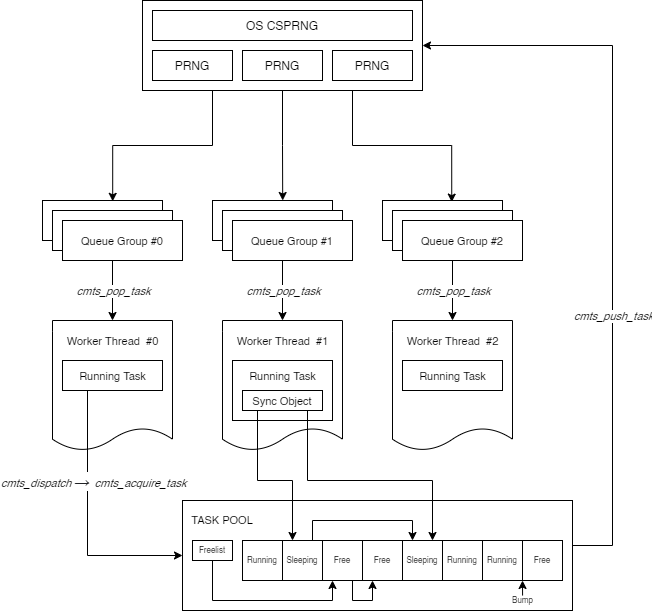
Before: docs/images/CMTS.png, a diagram exported from draw.io (MarcelPiNacy/cmts). Source tidied: cells renumbered, new cells last; positions are measured from the earlier drawing's top-left corner, leaving out a move shared by most shapes. The source it was exported from:
```xml
<mxGraphModel>
  <root>
    <mxCell id="0" />
    <mxCell id="1" parent="0" />
    <mxCell id="2" style="edgeStyle=orthogonalEdgeStyle;rounded=0;jettySize=auto;html=1;exitX=0.25;exitY=1;exitDx=0;exitDy=0;entryX=0.585;entryY=0.021;entryDx=0;entryDy=0;entryPerimeter=0;" parent="1" edge="1" source="5" target="9">
      <mxGeometry relative="1" as="geometry" />
    </mxCell>
    <mxCell id="3" style="edgeStyle=orthogonalEdgeStyle;rounded=0;jettySize=auto;html=1;exitX=0.5;exitY=1;exitDx=0;exitDy=0;entryX=0.585;entryY=0;entryDx=0;entryDy=0;entryPerimeter=0;" parent="1" edge="1" source="5" target="19">
      <mxGeometry relative="1" as="geometry" />
    </mxCell>
    <mxCell id="4" style="edgeStyle=orthogonalEdgeStyle;rounded=0;jettySize=auto;html=1;exitX=0.75;exitY=1;exitDx=0;exitDy=0;entryX=0.577;entryY=0.04;entryDx=0;entryDy=0;entryPerimeter=0;" parent="1" edge="1" source="5" target="27">
      <mxGeometry relative="1" as="geometry" />
    </mxCell>
    <mxCell id="5" style="rounded=0;whiteSpace=wrap;html=1;" parent="1" vertex="1">
      <mxGeometry x="100" width="280" height="90" as="geometry" />
    </mxCell>
    <mxCell id="6" style="edgeStyle=orthogonalEdgeStyle;rounded=0;jettySize=auto;html=1;exitX=1;exitY=0.5;exitDx=0;exitDy=0;entryX=1;entryY=0.5;entryDx=0;entryDy=0;" parent="1" edge="1" source="8" target="5">
      <mxGeometry relative="1" as="geometry">
        <Array as="points">
          <mxPoint x="480" y="545" />
          <mxPoint x="570" y="545" />
          <mxPoint x="570" y="45" />
        </Array>
      </mxGeometry>
    </mxCell>
    <mxCell id="7" value="&lt;i&gt;cmts_push_task&lt;/i&gt;" style="edgeLabel;html=1;align=center;verticalAlign=middle;" parent="6" vertex="1">
      <mxGeometry x="-0.1" relative="1" as="geometry">
        <mxPoint y="-2" as="offset" />
      </mxGeometry>
    </mxCell>
    <mxCell id="8" style="rounded=0;whiteSpace=wrap;html=1;fontSize=8;" parent="1" vertex="1">
      <mxGeometry x="140" y="500" width="390" height="110" as="geometry" />
    </mxCell>
    <mxCell id="9" value="&lt;font&gt;&lt;span style=&quot;font-size: 11px&quot;&gt;QUEUE GROUP #0&lt;/span&gt;&lt;br&gt;&lt;/font&gt;" style="rounded=0;whiteSpace=wrap;html=1;" parent="1" vertex="1">
      <mxGeometry y="200" width="120" height="40" as="geometry" />
    </mxCell>
    <mxCell id="10" value="&lt;font&gt;&lt;span style=&quot;font-size: 11px&quot;&gt;QUEUE GROUP #0&lt;/span&gt;&lt;br&gt;&lt;/font&gt;" style="rounded=0;whiteSpace=wrap;html=1;" parent="1" vertex="1">
      <mxGeometry x="10" y="210" width="120" height="40" as="geometry" />
    </mxCell>
    <mxCell id="11" style="shape=document;whiteSpace=wrap;html=1;boundedLbl=1;size=0.17391304347826086;" parent="1" vertex="1">
      <mxGeometry x="10" y="320" width="120" height="130" as="geometry" />
    </mxCell>
    <mxCell id="12" style="edgeStyle=orthogonalEdgeStyle;rounded=0;jettySize=auto;html=1;exitX=0.5;exitY=1;exitDx=0;exitDy=0;entryX=0.5;entryY=0;entryDx=0;entryDy=0;" parent="1" edge="1" source="14" target="11">
      <mxGeometry relative="1" as="geometry">
        <Array as="points">
          <mxPoint x="70" y="260" />
        </Array>
      </mxGeometry>
    </mxCell>
    <mxCell id="13" value="&lt;i&gt;cmts_pop_task&lt;/i&gt;" style="edgeLabel;html=1;align=center;verticalAlign=middle;" parent="12" vertex="1">
      <mxGeometry x="-0.3" relative="1" as="geometry">
        <mxPoint y="15" as="offset" />
      </mxGeometry>
    </mxCell>
    <mxCell id="14" value="&lt;font&gt;&lt;span style=&quot;font-size: 11px&quot;&gt;Queue Group #0&lt;/span&gt;&lt;br&gt;&lt;/font&gt;" style="rounded=0;whiteSpace=wrap;html=1;" parent="1" vertex="1">
      <mxGeometry x="20" y="220" width="120" height="40" as="geometry" />
    </mxCell>
    <mxCell id="15" value="&lt;span style=&quot;font-size: 11px&quot;&gt;Worker Thread&amp;nbsp; #0&lt;/span&gt;" style="text;html=1;align=center;verticalAlign=middle;strokeColor=none;" parent="1" vertex="1">
      <mxGeometry x="15" y="330" width="110" height="20" as="geometry" />
    </mxCell>
    <mxCell id="16" style="edgeStyle=orthogonalEdgeStyle;rounded=0;jettySize=auto;html=1;exitX=0.25;exitY=1;exitDx=0;exitDy=0;entryX=0;entryY=0.5;entryDx=0;entryDy=0;fontSize=11;" parent="1" edge="1" source="18" target="8">
      <mxGeometry relative="1" as="geometry" />
    </mxCell>
    <mxCell id="17" value="&lt;i&gt;cmts_dispatch&amp;nbsp;&lt;/i&gt;&lt;span style=&quot;color: rgb(32 , 33 , 36) ; font-family: &amp;#34;arial&amp;#34; , sans-serif ; font-size: 16px ; text-align: left&quot;&gt;→&amp;nbsp;&lt;/span&gt;&lt;i&gt;cmts_acquire_task&lt;br&gt;&lt;/i&gt;" style="edgeLabel;html=1;align=center;verticalAlign=middle;fontSize=11;" parent="16" vertex="1">
      <mxGeometry x="-0.43" y="2" relative="1" as="geometry">
        <mxPoint x="3" y="16" as="offset" />
      </mxGeometry>
    </mxCell>
    <mxCell id="18" style="rounded=0;whiteSpace=wrap;html=1;" parent="1" vertex="1">
      <mxGeometry x="20" y="360" width="100" height="30" as="geometry" />
    </mxCell>
    <mxCell id="19" value="&lt;font&gt;&lt;span style=&quot;font-size: 11px&quot;&gt;QUEUE GROUP #0&lt;/span&gt;&lt;br&gt;&lt;/font&gt;" style="rounded=0;whiteSpace=wrap;html=1;" parent="1" vertex="1">
      <mxGeometry x="170" y="200" width="120" height="40" as="geometry" />
    </mxCell>
    <mxCell id="20" value="&lt;font&gt;&lt;span style=&quot;font-size: 11px&quot;&gt;QUEUE GROUP #0&lt;/span&gt;&lt;br&gt;&lt;/font&gt;" style="rounded=0;whiteSpace=wrap;html=1;" parent="1" vertex="1">
      <mxGeometry x="180" y="210" width="120" height="40" as="geometry" />
    </mxCell>
    <mxCell id="21" style="shape=document;whiteSpace=wrap;html=1;boundedLbl=1;size=0.17391304347826086;" parent="1" vertex="1">
      <mxGeometry x="180" y="320" width="120" height="130" as="geometry" />
    </mxCell>
    <mxCell id="22" style="edgeStyle=orthogonalEdgeStyle;rounded=0;jettySize=auto;html=1;exitX=0.5;exitY=1;exitDx=0;exitDy=0;entryX=0.5;entryY=0;entryDx=0;entryDy=0;" parent="1" edge="1" source="24" target="21">
      <mxGeometry relative="1" as="geometry">
        <Array as="points">
          <mxPoint x="240" y="260" />
        </Array>
      </mxGeometry>
    </mxCell>
    <mxCell id="23" value="&lt;i&gt;cmts_pop_task&lt;/i&gt;" style="edgeLabel;html=1;align=center;verticalAlign=middle;" parent="22" vertex="1">
      <mxGeometry x="-0.3" relative="1" as="geometry">
        <mxPoint y="15" as="offset" />
      </mxGeometry>
    </mxCell>
    <mxCell id="24" value="&lt;font&gt;&lt;span style=&quot;font-size: 11px&quot;&gt;Queue Group #1&lt;/span&gt;&lt;br&gt;&lt;/font&gt;" style="rounded=0;whiteSpace=wrap;html=1;" parent="1" vertex="1">
      <mxGeometry x="190" y="220" width="120" height="40" as="geometry" />
    </mxCell>
    <mxCell id="25" value="&lt;span style=&quot;font-size: 11px&quot;&gt;Worker Thread&amp;nbsp; #1&lt;/span&gt;" style="text;html=1;align=center;verticalAlign=middle;strokeColor=none;" parent="1" vertex="1">
      <mxGeometry x="185" y="330" width="110" height="20" as="geometry" />
    </mxCell>
    <mxCell id="26" style="rounded=0;whiteSpace=wrap;html=1;" parent="1" vertex="1">
      <mxGeometry x="190" y="360" width="100" height="60" as="geometry" />
    </mxCell>
    <mxCell id="27" value="&lt;font&gt;&lt;span style=&quot;font-size: 11px&quot;&gt;QUEUE GROUP #0&lt;/span&gt;&lt;br&gt;&lt;/font&gt;" style="rounded=0;whiteSpace=wrap;html=1;" parent="1" vertex="1">
      <mxGeometry x="340" y="200" width="120" height="40" as="geometry" />
    </mxCell>
    <mxCell id="28" value="&lt;font&gt;&lt;span style=&quot;font-size: 11px&quot;&gt;QUEUE GROUP #0&lt;/span&gt;&lt;br&gt;&lt;/font&gt;" style="rounded=0;whiteSpace=wrap;html=1;" parent="1" vertex="1">
      <mxGeometry x="350" y="210" width="120" height="40" as="geometry" />
    </mxCell>
    <mxCell id="29" style="shape=document;whiteSpace=wrap;html=1;boundedLbl=1;size=0.17391304347826086;" parent="1" vertex="1">
      <mxGeometry x="350" y="320" width="120" height="130" as="geometry" />
    </mxCell>
    <mxCell id="30" style="edgeStyle=orthogonalEdgeStyle;rounded=0;jettySize=auto;html=1;exitX=0.5;exitY=1;exitDx=0;exitDy=0;entryX=0.5;entryY=0;entryDx=0;entryDy=0;" parent="1" edge="1" source="32" target="29">
      <mxGeometry relative="1" as="geometry">
        <Array as="points">
          <mxPoint x="410" y="260" />
        </Array>
      </mxGeometry>
    </mxCell>
    <mxCell id="31" value="&lt;i&gt;cmts_pop_task&lt;/i&gt;" style="edgeLabel;html=1;align=center;verticalAlign=middle;" parent="30" vertex="1">
      <mxGeometry x="-0.3" relative="1" as="geometry">
        <mxPoint y="15" as="offset" />
      </mxGeometry>
    </mxCell>
    <mxCell id="32" value="&lt;font&gt;&lt;span style=&quot;font-size: 11px&quot;&gt;Queue Group #2&lt;/span&gt;&lt;br&gt;&lt;/font&gt;" style="rounded=0;whiteSpace=wrap;html=1;" parent="1" vertex="1">
      <mxGeometry x="360" y="220" width="120" height="40" as="geometry" />
    </mxCell>
    <mxCell id="33" value="&lt;span style=&quot;font-size: 11px&quot;&gt;Worker Thread&amp;nbsp; #2&lt;/span&gt;" style="text;html=1;align=center;verticalAlign=middle;strokeColor=none;" parent="1" vertex="1">
      <mxGeometry x="355" y="330" width="110" height="20" as="geometry" />
    </mxCell>
    <mxCell id="34" style="rounded=0;whiteSpace=wrap;html=1;" parent="1" vertex="1">
      <mxGeometry x="360" y="360" width="100" height="30" as="geometry" />
    </mxCell>
    <mxCell id="35" value="Running" style="rounded=0;whiteSpace=wrap;html=1;fontSize=8;" parent="1" vertex="1">
      <mxGeometry x="200" y="540" width="40" height="40" as="geometry" />
    </mxCell>
    <mxCell id="36" style="edgeStyle=orthogonalEdgeStyle;rounded=0;jettySize=auto;html=1;exitX=0.75;exitY=0;exitDx=0;exitDy=0;entryX=0.25;entryY=0;entryDx=0;entryDy=0;" parent="1" edge="1" source="37" target="40">
      <mxGeometry relative="1" as="geometry" />
    </mxCell>
    <mxCell id="37" value="Sleeping" style="rounded=0;whiteSpace=wrap;html=1;fontSize=8;" parent="1" vertex="1">
      <mxGeometry x="240" y="540" width="40" height="40" as="geometry" />
    </mxCell>
    <mxCell id="38" value="Free" style="rounded=0;whiteSpace=wrap;html=1;fontSize=8;" parent="1" vertex="1">
      <mxGeometry x="280" y="540" width="40" height="40" as="geometry" />
    </mxCell>
    <mxCell id="39" value="Free" style="rounded=0;whiteSpace=wrap;html=1;fontSize=8;" parent="1" vertex="1">
      <mxGeometry x="320" y="540" width="40" height="40" as="geometry" />
    </mxCell>
    <mxCell id="40" value="&lt;span style=&quot;font-size: 8px&quot;&gt;Sleeping&lt;/span&gt;" style="rounded=0;whiteSpace=wrap;html=1;fontSize=8;" parent="1" vertex="1">
      <mxGeometry x="360" y="540" width="40" height="40" as="geometry" />
    </mxCell>
    <mxCell id="41" value="Running" style="rounded=0;whiteSpace=wrap;html=1;fontSize=8;" parent="1" vertex="1">
      <mxGeometry x="400" y="540" width="40" height="40" as="geometry" />
    </mxCell>
    <mxCell id="42" value="Running" style="rounded=0;whiteSpace=wrap;html=1;fontSize=8;" parent="1" vertex="1">
      <mxGeometry x="440" y="540" width="40" height="40" as="geometry" />
    </mxCell>
    <mxCell id="43" value="Free" style="rounded=0;whiteSpace=wrap;html=1;fontSize=8;" parent="1" vertex="1">
      <mxGeometry x="480" y="540" width="40" height="40" as="geometry" />
    </mxCell>
    <mxCell id="44" style="edgeStyle=orthogonalEdgeStyle;rounded=0;orthogonalLoop=1;jettySize=auto;html=1;exitX=0.75;exitY=1;exitDx=0;exitDy=0;entryX=0.25;entryY=1;entryDx=0;entryDy=0;" parent="1" edge="1">
      <mxGeometry relative="1" as="geometry">
        <mxPoint x="310" y="580" as="sourcePoint" />
        <mxPoint x="330" y="580" as="targetPoint" />
        <Array as="points">
          <mxPoint x="310" y="600" />
          <mxPoint x="330" y="600" />
        </Array>
      </mxGeometry>
    </mxCell>
    <mxCell id="45" style="edgeStyle=orthogonalEdgeStyle;rounded=0;jettySize=auto;html=1;exitX=0.5;exitY=1;exitDx=0;exitDy=0;entryX=0.25;entryY=1;entryDx=0;entryDy=0;" parent="1" edge="1" source="46" target="38">
      <mxGeometry relative="1" as="geometry" />
    </mxCell>
    <mxCell id="46" value="Freelist" style="rounded=0;whiteSpace=wrap;html=1;fontSize=8;" parent="1" vertex="1">
      <mxGeometry x="150" y="540" width="40" height="20" as="geometry" />
    </mxCell>
    <mxCell id="47" style="endArrow=classic;html=1;fontSize=8;entryX=1;entryY=1;entryDx=0;entryDy=0;exitX=0.872;exitY=0.864;exitDx=0;exitDy=0;exitPerimeter=0;" parent="1" edge="1" source="8" target="42">
      <mxGeometry relative="1" as="geometry" />
    </mxCell>
    <mxCell id="48" value="Bump" style="text;html=1;align=center;verticalAlign=middle;strokeColor=none;fontSize=8;" parent="1" vertex="1">
      <mxGeometry x="460" y="590" width="40" height="20" as="geometry" />
    </mxCell>
    <mxCell id="49" value="TASK POOL" style="text;html=1;strokeColor=none;fillColor=none;align=center;verticalAlign=middle;whiteSpace=wrap;rounded=0;fontSize=11;" parent="1" vertex="1">
      <mxGeometry x="140" y="510" width="80" height="20" as="geometry" />
    </mxCell>
    <mxCell id="50" value="OS CSPRNG" style="rounded=0;whiteSpace=wrap;html=1;" parent="1" vertex="1">
      <mxGeometry x="110" y="10" width="260" height="30" as="geometry" />
    </mxCell>
    <mxCell id="51" value="PRNG" style="rounded=0;whiteSpace=wrap;html=1;" parent="1" vertex="1">
      <mxGeometry x="200" y="50" width="80" height="30" as="geometry" />
    </mxCell>
    <mxCell id="52" value="PRNG" style="rounded=0;whiteSpace=wrap;html=1;" parent="1" vertex="1">
      <mxGeometry x="110" y="50" width="80" height="30" as="geometry" />
    </mxCell>
    <mxCell id="53" value="PRNG" style="rounded=0;whiteSpace=wrap;html=1;" parent="1" vertex="1">
      <mxGeometry x="290" y="50" width="80" height="30" as="geometry" />
    </mxCell>
    <mxCell id="54" style="edgeStyle=orthogonalEdgeStyle;rounded=0;jettySize=auto;html=1;exitX=0.25;exitY=1;exitDx=0;exitDy=0;entryX=0.25;entryY=0;entryDx=0;entryDy=0;" parent="1" edge="1" source="56" target="37">
      <mxGeometry relative="1" as="geometry">
        <Array as="points">
          <mxPoint x="215" y="480" />
          <mxPoint x="250" y="480" />
        </Array>
      </mxGeometry>
    </mxCell>
    <mxCell id="55" style="edgeStyle=orthogonalEdgeStyle;rounded=0;jettySize=auto;html=1;exitX=0.75;exitY=1;exitDx=0;exitDy=0;entryX=0.75;entryY=0;entryDx=0;entryDy=0;" parent="1" edge="1" source="56" target="40">
      <mxGeometry relative="1" as="geometry">
        <Array as="points">
          <mxPoint x="265" y="480" />
          <mxPoint x="390" y="480" />
        </Array>
      </mxGeometry>
    </mxCell>
    <mxCell id="56" value="&lt;font style=&quot;font-size: 11px&quot;&gt;Sync Object&lt;/font&gt;" style="rounded=0;whiteSpace=wrap;html=1;" parent="1" vertex="1">
      <mxGeometry x="200" y="390" width="80" height="20" as="geometry" />
    </mxCell>
    <mxCell id="57" value="&lt;span style=&quot;font-size: 11px&quot;&gt;Running Task&lt;/span&gt;" style="text;html=1;align=center;verticalAlign=middle;strokeColor=none;" parent="1" vertex="1">
      <mxGeometry x="200" y="365" width="80" height="20" as="geometry" />
    </mxCell>
    <mxCell id="58" value="&lt;span style=&quot;font-size: 11px&quot;&gt;Running Task&lt;/span&gt;" style="text;html=1;align=center;verticalAlign=middle;strokeColor=none;" parent="1" vertex="1">
      <mxGeometry x="30" y="365" width="80" height="20" as="geometry" />
    </mxCell>
    <mxCell id="59" value="&lt;span style=&quot;font-size: 11px&quot;&gt;Running Task&lt;/span&gt;" style="text;html=1;align=center;verticalAlign=middle;strokeColor=none;" parent="1" vertex="1">
      <mxGeometry x="370" y="365" width="80" height="20" as="geometry" />
    </mxCell>
  </root>
</mxGraphModel>
```
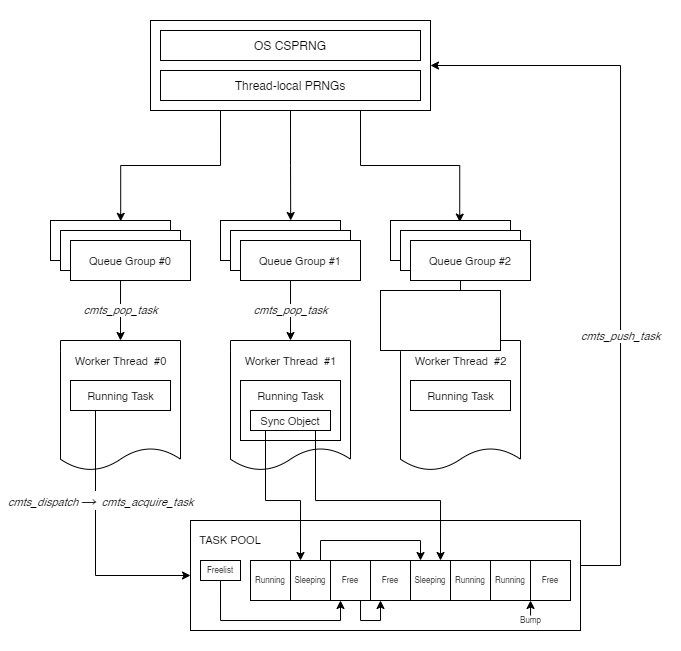
Later version of the same file.

Diff of the diagram source:
```diff
@@ -2,6 +2,9 @@
   <root>
     <mxCell id="0" />
     <mxCell id="1" parent="0" />
+    <mxCell id="60" style="rounded=0;whiteSpace=wrap;html=1;strokeColor=none;" parent="1" vertex="1">
+      <mxGeometry x="-50" y="-20" width="680" height="650" as="geometry" />
+    </mxCell>
     <mxCell id="2" style="edgeStyle=orthogonalEdgeStyle;rounded=0;jettySize=auto;html=1;exitX=0.25;exitY=1;exitDx=0;exitDy=0;entryX=0.585;entryY=0.021;entryDx=0;entryDy=0;entryPerimeter=0;" parent="1" edge="1" source="5" target="9">
       <mxGeometry relative="1" as="geometry" />
     </mxCell>
@@ -184,14 +187,8 @@
     <mxCell id="50" value="OS CSPRNG" style="rounded=0;whiteSpace=wrap;html=1;" parent="1" vertex="1">
       <mxGeometry x="110" y="10" width="260" height="30" as="geometry" />
     </mxCell>
-    <mxCell id="51" value="PRNG" style="rounded=0;whiteSpace=wrap;html=1;" parent="1" vertex="1">
-      <mxGeometry x="200" y="50" width="80" height="30" as="geometry" />
-    </mxCell>
-    <mxCell id="52" value="PRNG" style="rounded=0;whiteSpace=wrap;html=1;" parent="1" vertex="1">
-      <mxGeometry x="110" y="50" width="80" height="30" as="geometry" />
-    </mxCell>
-    <mxCell id="53" value="PRNG" style="rounded=0;whiteSpace=wrap;html=1;" parent="1" vertex="1">
-      <mxGeometry x="290" y="50" width="80" height="30" as="geometry" />
+    <mxCell id="53" value="Thread-local PRNGs" style="rounded=0;whiteSpace=wrap;html=1;" parent="1" vertex="1">
+      <mxGeometry x="110" y="50" width="260" height="30" as="geometry" />
     </mxCell>
     <mxCell id="54" style="edgeStyle=orthogonalEdgeStyle;rounded=0;jettySize=auto;html=1;exitX=0.25;exitY=1;exitDx=0;exitDy=0;entryX=0.25;entryY=0;entryDx=0;entryDy=0;" parent="1" edge="1" source="56" target="37">
       <mxGeometry relative="1" as="geometry">
@@ -221,5 +218,8 @@
     <mxCell id="59" value="&lt;span style=&quot;font-size: 11px&quot;&gt;Running Task&lt;/span&gt;" style="text;html=1;align=center;verticalAlign=middle;strokeColor=none;" parent="1" vertex="1">
       <mxGeometry x="370" y="365" width="80" height="20" as="geometry" />
     </mxCell>
+    <mxCell id="61" style="rounded=0;whiteSpace=wrap;html=1;" parent="1" vertex="1">
+      <mxGeometry x="330" y="270" width="120" height="60" as="geometry" />
+    </mxCell>
   </root>
 </mxGraphModel>
```
